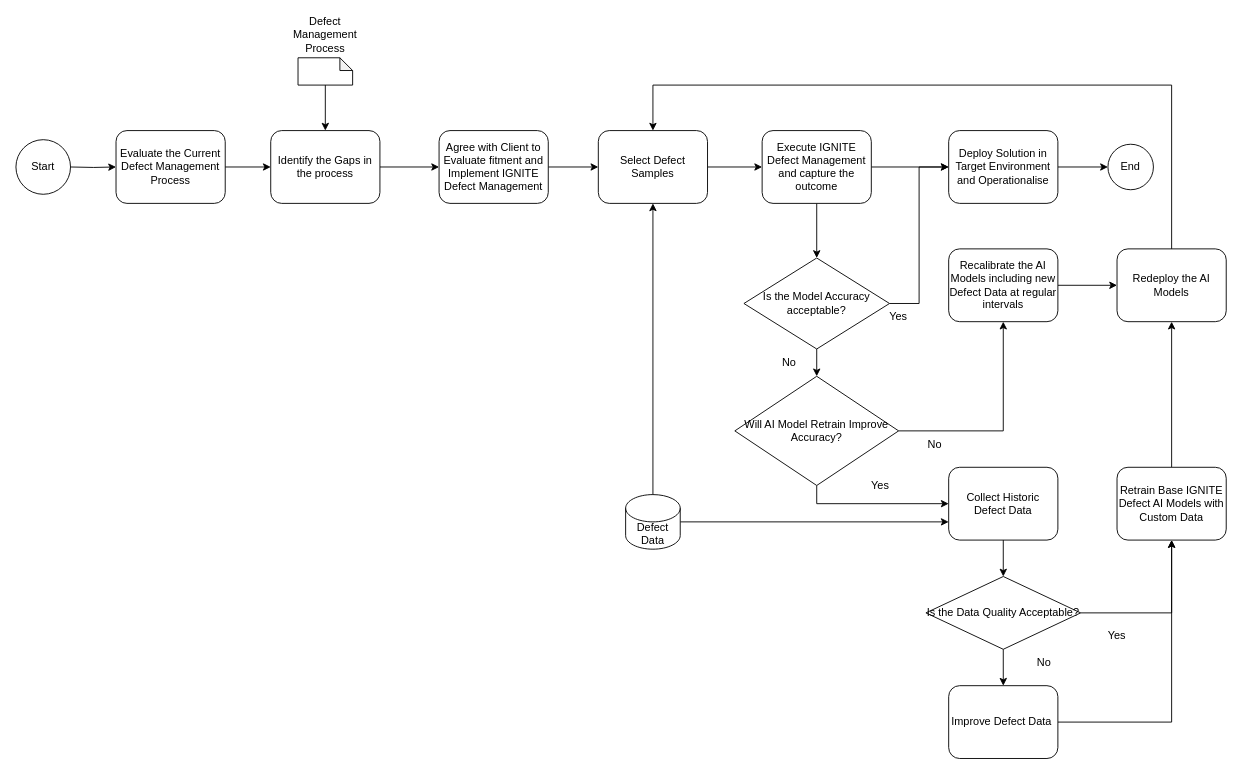
Above: Defect Management Delivery Model.drawio in ilanjaya/TestCOE (draw.io), before the change. Source tidied: cells renumbered, new cells numbered last; positions are measured from the earlier drawing's top-left corner, leaving out a move shared by most shapes. Both pictures are drawn from the tidied source at 91%, with x=0, y=0 at pixel (15, 21).
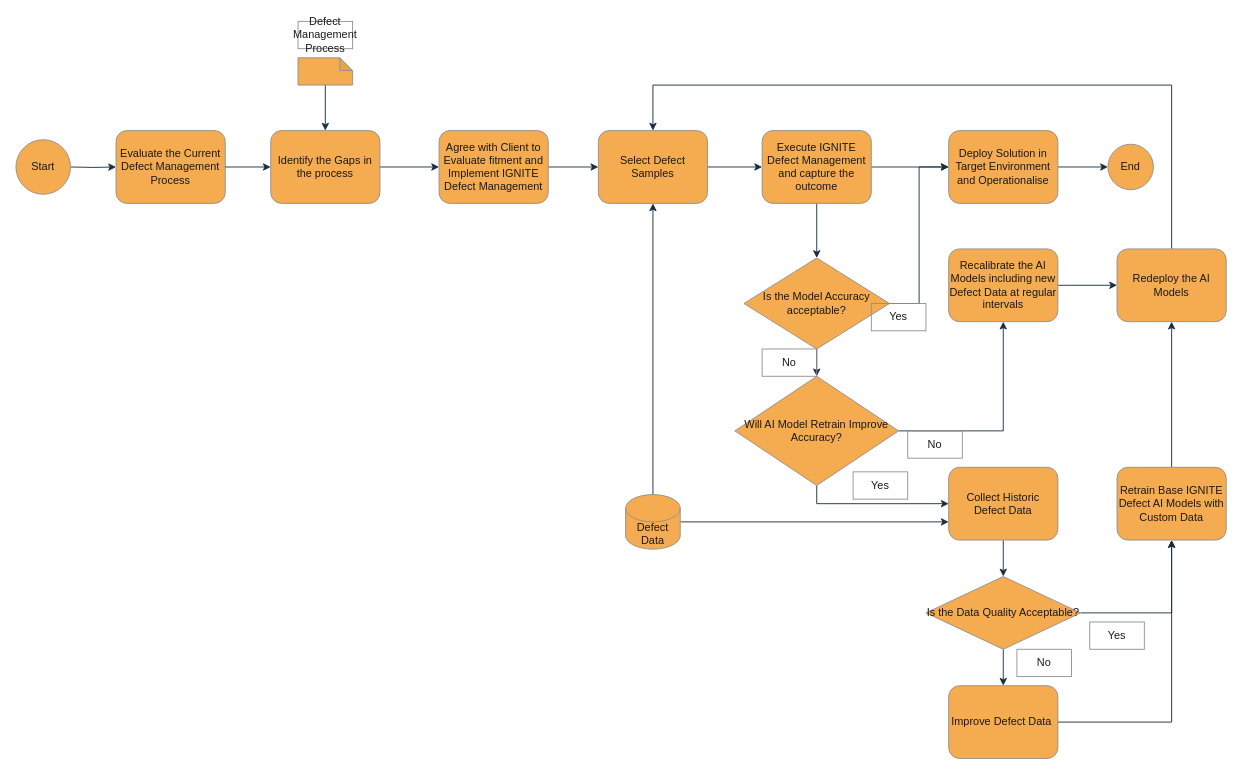
The same diagram, later.

The edit, as a diff of the source:
```diff
@@
-<mxGraphModel>
+<mxGraphModel background="#FFFFFF">
@@
-    <mxCell id="2" value="Evaluate the Current Defect Management Process" style="shape=ext;rounded=1;html=1;whiteSpace=wrap;" parent="1" vertex="1">
+    <mxCell id="2" value="Evaluate the Current Defect Management Process" style="shape=ext;rounded=1;html=1;whiteSpace=wrap;strokeColor=#909090;fontColor=#1A1A1A;labelBackgroundColor=none;fillColor=#F5AB50;" parent="1" vertex="1">
       <mxGeometry x="110" y="120" width="120" height="80" as="geometry" />
     </mxCell>
-    <mxCell id="3" style="edgeStyle=orthogonalEdgeStyle;rounded=0;jettySize=auto;html=1;exitX=1;exitY=0.5;exitDx=0;exitDy=0;entryX=0;entryY=0.5;entryDx=0;entryDy=0;" parent="1" edge="1" source="4" target="20">
+    <mxCell id="3" style="edgeStyle=orthogonalEdgeStyle;rounded=0;jettySize=auto;html=1;exitX=1;exitY=0.5;exitDx=0;exitDy=0;entryX=0;entryY=0.5;entryDx=0;entryDy=0;strokeColor=#182E3E;fontColor=default;labelBackgroundColor=none;" parent="1" edge="1" source="4" target="20">
       <mxGeometry relative="1" as="geometry" />
     </mxCell>
-    <mxCell id="4" value="Identify the Gaps in the process" style="shape=ext;rounded=1;html=1;whiteSpace=wrap;" parent="1" vertex="1">
+    <mxCell id="4" value="Identify the Gaps in the process" style="shape=ext;rounded=1;html=1;whiteSpace=wrap;strokeColor=#909090;fontColor=#1A1A1A;labelBackgroundColor=none;fillColor=#F5AB50;" parent="1" vertex="1">
       <mxGeometry x="280" y="120" width="120" height="80" as="geometry" />
     </mxCell>
-    <mxCell id="5" style="edgeStyle=orthogonalEdgeStyle;rounded=0;jettySize=auto;html=1;exitX=0.5;exitY=1;exitDx=0;exitDy=0;entryX=0.5;entryY=0;entryDx=0;entryDy=0;" parent="1" edge="1" source="6" target="14">
+    <mxCell id="5" style="edgeStyle=orthogonalEdgeStyle;rounded=0;jettySize=auto;html=1;exitX=0.5;exitY=1;exitDx=0;exitDy=0;entryX=0.5;entryY=0;entryDx=0;entryDy=0;strokeColor=#182E3E;fontColor=default;labelBackgroundColor=none;" parent="1" edge="1" source="6" target="14">
       <mxGeometry relative="1" as="geometry" />
     </mxCell>
-    <mxCell id="6" value="Collect Historic Defect Data" style="shape=ext;rounded=1;html=1;whiteSpace=wrap;" parent="1" vertex="1">
+    <mxCell id="6" value="Collect Historic Defect Data" style="shape=ext;rounded=1;html=1;whiteSpace=wrap;strokeColor=#909090;fontColor=#1A1A1A;labelBackgroundColor=none;fillColor=#F5AB50;" parent="1" vertex="1">
       <mxGeometry x="1025" y="490" width="120" height="80" as="geometry" />
     </mxCell>
-    <mxCell id="7" style="edgeStyle=orthogonalEdgeStyle;rounded=0;jettySize=auto;html=1;exitX=1;exitY=0.5;exitDx=0;exitDy=0;entryX=0.5;entryY=1;entryDx=0;entryDy=0;" parent="1" edge="1" source="8" target="18">
+    <mxCell id="7" style="edgeStyle=orthogonalEdgeStyle;rounded=0;jettySize=auto;html=1;exitX=1;exitY=0.5;exitDx=0;exitDy=0;entryX=0.5;entryY=1;entryDx=0;entryDy=0;strokeColor=#182E3E;fontColor=default;labelBackgroundColor=none;" parent="1" edge="1" source="8" target="18">
       <mxGeometry relative="1" as="geometry" />
     </mxCell>
-    <mxCell id="8" value="Improve Defect Data&amp;nbsp;" style="html=1;whiteSpace=wrap;rounded=1;" parent="1" vertex="1">
+    <mxCell id="8" value="Improve Defect Data&amp;nbsp;" style="html=1;whiteSpace=wrap;rounded=1;strokeColor=#909090;fontColor=#1A1A1A;labelBackgroundColor=none;fillColor=#F5AB50;" parent="1" vertex="1">
       <mxGeometry x="1025" y="730" width="120" height="80" as="geometry" />
     </mxCell>
-    <mxCell id="9" style="edgeStyle=orthogonalEdgeStyle;rounded=0;html=1;jettySize=auto;" parent="1" edge="1" target="2">
+    <mxCell id="9" style="edgeStyle=orthogonalEdgeStyle;rounded=0;html=1;jettySize=auto;strokeColor=#182E3E;fontColor=default;labelBackgroundColor=none;" parent="1" edge="1" target="2">
       <mxGeometry relative="1" as="geometry">
         <mxPoint x="60" y="160" as="sourcePoint" />
       </mxGeometry>
     </mxCell>
-    <mxCell id="10" style="edgeStyle=orthogonalEdgeStyle;rounded=0;html=1;jettySize=auto;" parent="1" edge="1" source="2" target="4">
+    <mxCell id="10" style="edgeStyle=orthogonalEdgeStyle;rounded=0;html=1;jettySize=auto;strokeColor=#182E3E;fontColor=default;labelBackgroundColor=none;" parent="1" edge="1" source="2" target="4">
       <mxGeometry relative="1" as="geometry" />
     </mxCell>
-    <mxCell id="11" value="Defect Management Process" style="text;html=1;strokeColor=none;fillColor=none;align=center;verticalAlign=middle;whiteSpace=wrap;rounded=0;" parent="1" vertex="1">
+    <mxCell id="11" value="Defect Management Process" style="text;html=1;strokeColor=#909090;fillColor=none;align=center;verticalAlign=middle;whiteSpace=wrap;rounded=0;fontColor=#1A1A1A;labelBackgroundColor=none;" parent="1" vertex="1">
       <mxGeometry x="310" width="60" height="30" as="geometry" />
     </mxCell>
-    <mxCell id="12" style="edgeStyle=orthogonalEdgeStyle;rounded=0;jettySize=auto;html=1;exitX=0.5;exitY=1;exitDx=0;exitDy=0;entryX=0.5;entryY=0;entryDx=0;entryDy=0;" parent="1" edge="1" source="14" target="8">
+    <mxCell id="12" style="edgeStyle=orthogonalEdgeStyle;rounded=0;jettySize=auto;html=1;exitX=0.5;exitY=1;exitDx=0;exitDy=0;entryX=0.5;entryY=0;entryDx=0;entryDy=0;strokeColor=#182E3E;fontColor=default;labelBackgroundColor=none;" parent="1" edge="1" source="14" target="8">
       <mxGeometry relative="1" as="geometry" />
     </mxCell>
-    <mxCell id="13" style="edgeStyle=orthogonalEdgeStyle;rounded=0;jettySize=auto;html=1;exitX=1;exitY=0.5;exitDx=0;exitDy=0;entryX=0.5;entryY=1;entryDx=0;entryDy=0;" parent="1" edge="1" source="14" target="18">
+    <mxCell id="13" style="edgeStyle=orthogonalEdgeStyle;rounded=0;jettySize=auto;html=1;exitX=1;exitY=0.5;exitDx=0;exitDy=0;entryX=0.5;entryY=1;entryDx=0;entryDy=0;strokeColor=#182E3E;fontColor=default;labelBackgroundColor=none;" parent="1" edge="1" source="14" target="18">
       <mxGeometry relative="1" as="geometry" />
     </mxCell>
-    <mxCell id="14" value="Is the Data Quality Acceptable?" style="rhombus;whiteSpace=wrap;html=1;" parent="1" vertex="1">
+    <mxCell id="14" value="Is the Data Quality Acceptable?" style="rhombus;whiteSpace=wrap;html=1;strokeColor=#909090;fontColor=#1A1A1A;labelBackgroundColor=none;fillColor=#F5AB50;" parent="1" vertex="1">
       <mxGeometry x="1000" y="610" width="170" height="80" as="geometry" />
     </mxCell>
-    <mxCell id="15" style="edgeStyle=orthogonalEdgeStyle;rounded=0;jettySize=auto;html=1;exitX=0.5;exitY=1;exitDx=0;exitDy=0;exitPerimeter=0;entryX=0.5;entryY=0;entryDx=0;entryDy=0;" parent="1" edge="1" source="16" target="4">
+    <mxCell id="15" style="edgeStyle=orthogonalEdgeStyle;rounded=0;jettySize=auto;html=1;exitX=0.5;exitY=1;exitDx=0;exitDy=0;exitPerimeter=0;entryX=0.5;entryY=0;entryDx=0;entryDy=0;strokeColor=#182E3E;fontColor=default;labelBackgroundColor=none;" parent="1" edge="1" source="16" target="4">
       <mxGeometry relative="1" as="geometry" />
     </mxCell>
-    <mxCell id="16" style="shape=note;whiteSpace=wrap;html=1;backgroundOutline=1;darkOpacity=0.05;size=14;" parent="1" vertex="1">
+    <mxCell id="16" style="shape=note;whiteSpace=wrap;html=1;backgroundOutline=1;darkOpacity=0.05;size=14;strokeColor=#909090;fontColor=#1A1A1A;labelBackgroundColor=none;fillColor=#F5AB50;" parent="1" vertex="1">
       <mxGeometry x="310" y="40" width="60" height="30" as="geometry" />
     </mxCell>
-    <mxCell id="17" style="edgeStyle=orthogonalEdgeStyle;rounded=0;jettySize=auto;html=1;exitX=0.5;exitY=0;exitDx=0;exitDy=0;entryX=0.5;entryY=1;entryDx=0;entryDy=0;" parent="1" edge="1" source="18" target="48">
+    <mxCell id="17" style="edgeStyle=orthogonalEdgeStyle;rounded=0;jettySize=auto;html=1;exitX=0.5;exitY=0;exitDx=0;exitDy=0;entryX=0.5;entryY=1;entryDx=0;entryDy=0;strokeColor=#182E3E;fontColor=default;labelBackgroundColor=none;" parent="1" edge="1" source="18" target="48">
       <mxGeometry relative="1" as="geometry" />
     </mxCell>
-    <mxCell id="18" value="Retrain Base IGNITE Defect AI Models with Custom Data" style="html=1;whiteSpace=wrap;rounded=1;" parent="1" vertex="1">
+    <mxCell id="18" value="Retrain Base IGNITE Defect AI Models with Custom Data" style="html=1;whiteSpace=wrap;rounded=1;strokeColor=#909090;fontColor=#1A1A1A;labelBackgroundColor=none;fillColor=#F5AB50;" parent="1" vertex="1">
       <mxGeometry x="1210" y="490" width="120" height="80" as="geometry" />
     </mxCell>
-    <mxCell id="19" style="edgeStyle=orthogonalEdgeStyle;rounded=0;jettySize=auto;html=1;exitX=1;exitY=0.5;exitDx=0;exitDy=0;entryX=0;entryY=0.5;entryDx=0;entryDy=0;" parent="1" edge="1" source="20" target="22">
+    <mxCell id="19" style="edgeStyle=orthogonalEdgeStyle;rounded=0;jettySize=auto;html=1;exitX=1;exitY=0.5;exitDx=0;exitDy=0;entryX=0;entryY=0.5;entryDx=0;entryDy=0;strokeColor=#182E3E;fontColor=default;labelBackgroundColor=none;" parent="1" edge="1" source="20" target="22">
       <mxGeometry relative="1" as="geometry" />
     </mxCell>
-    <mxCell id="20" value="Agree with Client to Evaluate fitment and Implement IGNITE Defect Management" style="html=1;whiteSpace=wrap;rounded=1;" parent="1" vertex="1">
+    <mxCell id="20" value="Agree with Client to Evaluate fitment and Implement IGNITE Defect Management" style="html=1;whiteSpace=wrap;rounded=1;strokeColor=#909090;fontColor=#1A1A1A;labelBackgroundColor=none;fillColor=#F5AB50;" parent="1" vertex="1">
       <mxGeometry x="465" y="120" width="120" height="80" as="geometry" />
     </mxCell>
-    <mxCell id="21" style="edgeStyle=orthogonalEdgeStyle;rounded=0;jettySize=auto;html=1;exitX=1;exitY=0.5;exitDx=0;exitDy=0;entryX=0;entryY=0.5;entryDx=0;entryDy=0;" parent="1" edge="1" source="22" target="25">
+    <mxCell id="21" style="edgeStyle=orthogonalEdgeStyle;rounded=0;jettySize=auto;html=1;exitX=1;exitY=0.5;exitDx=0;exitDy=0;entryX=0;entryY=0.5;entryDx=0;entryDy=0;strokeColor=#182E3E;fontColor=default;labelBackgroundColor=none;" parent="1" edge="1" source="22" target="25">
       <mxGeometry relative="1" as="geometry" />
     </mxCell>
-    <mxCell id="22" value="Select Defect Samples" style="html=1;whiteSpace=wrap;rounded=1;" parent="1" vertex="1">
+    <mxCell id="22" value="Select Defect Samples" style="html=1;whiteSpace=wrap;rounded=1;strokeColor=#909090;fontColor=#1A1A1A;labelBackgroundColor=none;fillColor=#F5AB50;" parent="1" vertex="1">
       <mxGeometry x="640" y="120" width="120" height="80" as="geometry" />
     </mxCell>
-    <mxCell id="23" style="edgeStyle=orthogonalEdgeStyle;rounded=0;jettySize=auto;html=1;exitX=0.5;exitY=1;exitDx=0;exitDy=0;entryX=0.5;entryY=0;entryDx=0;entryDy=0;" parent="1" edge="1" source="25" target="28">
+    <mxCell id="23" style="edgeStyle=orthogonalEdgeStyle;rounded=0;jettySize=auto;html=1;exitX=0.5;exitY=1;exitDx=0;exitDy=0;entryX=0.5;entryY=0;entryDx=0;entryDy=0;strokeColor=#182E3E;fontColor=default;labelBackgroundColor=none;" parent="1" edge="1" source="25" target="28">
       <mxGeometry relative="1" as="geometry" />
     </mxCell>
-    <mxCell id="24" style="edgeStyle=orthogonalEdgeStyle;rounded=0;jettySize=auto;html=1;exitX=1;exitY=0.5;exitDx=0;exitDy=0;entryX=0;entryY=0.5;entryDx=0;entryDy=0;" parent="1" edge="1" source="25" target="33">
+    <mxCell id="24" style="edgeStyle=orthogonalEdgeStyle;rounded=0;jettySize=auto;html=1;exitX=1;exitY=0.5;exitDx=0;exitDy=0;entryX=0;entryY=0.5;entryDx=0;entryDy=0;strokeColor=#182E3E;fontColor=default;labelBackgroundColor=none;" parent="1" edge="1" source="25" target="33">
       <mxGeometry relative="1" as="geometry" />
     </mxCell>
-    <mxCell id="25" value="Execute IGNITE Defect Management and capture the outcome" style="html=1;whiteSpace=wrap;rounded=1;" parent="1" vertex="1">
+    <mxCell id="25" value="Execute IGNITE Defect Management and capture the outcome" style="html=1;whiteSpace=wrap;rounded=1;strokeColor=#909090;fontColor=#1A1A1A;labelBackgroundColor=none;fillColor=#F5AB50;" parent="1" vertex="1">
       <mxGeometry x="820" y="120" width="120" height="80" as="geometry" />
     </mxCell>
-    <mxCell id="26" style="edgeStyle=orthogonalEdgeStyle;rounded=0;jettySize=auto;html=1;exitX=0.5;exitY=1;exitDx=0;exitDy=0;entryX=0.5;entryY=0;entryDx=0;entryDy=0;" parent="1" edge="1" source="28" target="31">
+    <mxCell id="26" style="edgeStyle=orthogonalEdgeStyle;rounded=0;jettySize=auto;html=1;exitX=0.5;exitY=1;exitDx=0;exitDy=0;entryX=0.5;entryY=0;entryDx=0;entryDy=0;strokeColor=#182E3E;fontColor=default;labelBackgroundColor=none;" parent="1" edge="1" source="28" target="31">
       <mxGeometry relative="1" as="geometry" />
     </mxCell>
-    <mxCell id="27" style="edgeStyle=orthogonalEdgeStyle;rounded=0;jettySize=auto;html=1;exitX=1;exitY=0.5;exitDx=0;exitDy=0;entryX=0;entryY=0.5;entryDx=0;entryDy=0;" parent="1" edge="1" source="28" target="33">
+    <mxCell id="27" style="edgeStyle=orthogonalEdgeStyle;rounded=0;jettySize=auto;html=1;exitX=1;exitY=0.5;exitDx=0;exitDy=0;entryX=0;entryY=0.5;entryDx=0;entryDy=0;strokeColor=#182E3E;fontColor=default;labelBackgroundColor=none;" parent="1" edge="1" source="28" target="33">
       <mxGeometry relative="1" as="geometry" />
     </mxCell>
-    <mxCell id="28" value="Is the Model Accuracy acceptable?" style="rhombus;whiteSpace=wrap;html=1;align=center;" parent="1" vertex="1">
+    <mxCell id="28" value="Is the Model Accuracy acceptable?" style="rhombus;whiteSpace=wrap;html=1;align=center;strokeColor=#909090;fontColor=#1A1A1A;labelBackgroundColor=none;fillColor=#F5AB50;" parent="1" vertex="1">
       <mxGeometry x="800" y="260" width="160" height="100" as="geometry" />
     </mxCell>
-    <mxCell id="29" style="edgeStyle=orthogonalEdgeStyle;rounded=0;jettySize=auto;html=1;exitX=1;exitY=0.5;exitDx=0;exitDy=0;entryX=0.5;entryY=1;entryDx=0;entryDy=0;" parent="1" edge="1" source="31" target="35">
+    <mxCell id="29" style="edgeStyle=orthogonalEdgeStyle;rounded=0;jettySize=auto;html=1;exitX=1;exitY=0.5;exitDx=0;exitDy=0;entryX=0.5;entryY=1;entryDx=0;entryDy=0;strokeColor=#182E3E;fontColor=default;labelBackgroundColor=none;" parent="1" edge="1" source="31" target="35">
       <mxGeometry relative="1" as="geometry" />
     </mxCell>
-    <mxCell id="30" style="edgeStyle=orthogonalEdgeStyle;rounded=0;jettySize=auto;html=1;exitX=0.5;exitY=1;exitDx=0;exitDy=0;entryX=0;entryY=0.5;entryDx=0;entryDy=0;" parent="1" edge="1" source="31" target="6">
+    <mxCell id="30" style="edgeStyle=orthogonalEdgeStyle;rounded=0;jettySize=auto;html=1;exitX=0.5;exitY=1;exitDx=0;exitDy=0;entryX=0;entryY=0.5;entryDx=0;entryDy=0;strokeColor=#182E3E;fontColor=default;labelBackgroundColor=none;" parent="1" edge="1" source="31" target="6">
       <mxGeometry relative="1" as="geometry" />
     </mxCell>
-    <mxCell id="31" value="Will AI Model Retrain Improve Accuracy?" style="rhombus;whiteSpace=wrap;html=1;" parent="1" vertex="1">
+    <mxCell id="31" value="Will AI Model Retrain Improve Accuracy?" style="rhombus;whiteSpace=wrap;html=1;strokeColor=#909090;fontColor=#1A1A1A;labelBackgroundColor=none;fillColor=#F5AB50;" parent="1" vertex="1">
       <mxGeometry x="790" y="390" width="180" height="120" as="geometry" />
     </mxCell>
-    <mxCell id="32" style="edgeStyle=orthogonalEdgeStyle;rounded=0;jettySize=auto;html=1;exitX=1;exitY=0.5;exitDx=0;exitDy=0;entryX=0;entryY=0.5;entryDx=0;entryDy=0;" parent="1" edge="1" source="33" target="36">
+    <mxCell id="32" style="edgeStyle=orthogonalEdgeStyle;rounded=0;jettySize=auto;html=1;exitX=1;exitY=0.5;exitDx=0;exitDy=0;entryX=0;entryY=0.5;entryDx=0;entryDy=0;strokeColor=#182E3E;fontColor=default;labelBackgroundColor=none;" parent="1" edge="1" source="33" target="36">
       <mxGeometry relative="1" as="geometry" />
     </mxCell>
-    <mxCell id="33" value="Deploy Solution in Target Environment and Operationalise" style="html=1;whiteSpace=wrap;rounded=1;" parent="1" vertex="1">
+    <mxCell id="33" value="Deploy Solution in Target Environment and Operationalise" style="html=1;whiteSpace=wrap;rounded=1;strokeColor=#909090;fontColor=#1A1A1A;labelBackgroundColor=none;fillColor=#F5AB50;" parent="1" vertex="1">
       <mxGeometry x="1025" y="120" width="120" height="80" as="geometry" />
     </mxCell>
-    <mxCell id="34" style="edgeStyle=orthogonalEdgeStyle;rounded=0;jettySize=auto;html=1;exitX=1;exitY=0.5;exitDx=0;exitDy=0;entryX=0;entryY=0.5;entryDx=0;entryDy=0;" parent="1" edge="1" source="35" target="48">
+    <mxCell id="34" style="edgeStyle=orthogonalEdgeStyle;rounded=0;jettySize=auto;html=1;exitX=1;exitY=0.5;exitDx=0;exitDy=0;entryX=0;entryY=0.5;entryDx=0;entryDy=0;strokeColor=#182E3E;fontColor=default;labelBackgroundColor=none;" parent="1" edge="1" source="35" target="48">
       <mxGeometry relative="1" as="geometry" />
     </mxCell>
-    <mxCell id="35" value="Recalibrate the AI Models including new Defect Data at regular intervals" style="html=1;whiteSpace=wrap;rounded=1;" parent="1" vertex="1">
+    <mxCell id="35" value="Recalibrate the AI Models including new Defect Data at regular intervals" style="html=1;whiteSpace=wrap;rounded=1;strokeColor=#909090;fontColor=#1A1A1A;labelBackgroundColor=none;fillColor=#F5AB50;" parent="1" vertex="1">
       <mxGeometry x="1025" y="250" width="120" height="80" as="geometry" />
     </mxCell>
-    <mxCell id="36" value="End" style="ellipse;whiteSpace=wrap;html=1;" parent="1" vertex="1">
+    <mxCell id="36" value="End" style="ellipse;whiteSpace=wrap;html=1;strokeColor=#909090;fontColor=#1A1A1A;labelBackgroundColor=none;fillColor=#F5AB50;" parent="1" vertex="1">
       <mxGeometry x="1200" y="135" width="50" height="50" as="geometry" />
     </mxCell>
-    <mxCell id="37" value="Start" style="ellipse;whiteSpace=wrap;html=1;" parent="1" vertex="1">
+    <mxCell id="37" value="Start" style="ellipse;whiteSpace=wrap;html=1;strokeColor=#909090;fontColor=#1A1A1A;labelBackgroundColor=none;fillColor=#F5AB50;" parent="1" vertex="1">
       <mxGeometry y="130" width="60" height="60" as="geometry" />
     </mxCell>
-    <mxCell id="38" style="edgeStyle=orthogonalEdgeStyle;rounded=0;jettySize=auto;html=1;exitX=0.5;exitY=0;exitDx=0;exitDy=0;exitPerimeter=0;entryX=0.5;entryY=1;entryDx=0;entryDy=0;" parent="1" edge="1" source="40" target="22">
+    <mxCell id="38" style="edgeStyle=orthogonalEdgeStyle;rounded=0;jettySize=auto;html=1;exitX=0.5;exitY=0;exitDx=0;exitDy=0;exitPerimeter=0;entryX=0.5;entryY=1;entryDx=0;entryDy=0;strokeColor=#182E3E;fontColor=default;labelBackgroundColor=none;" parent="1" edge="1" source="40" target="22">
       <mxGeometry relative="1" as="geometry" />
     </mxCell>
-    <mxCell id="39" style="edgeStyle=orthogonalEdgeStyle;rounded=0;jettySize=auto;html=1;exitX=1;exitY=0.5;exitDx=0;exitDy=0;exitPerimeter=0;entryX=0;entryY=0.75;entryDx=0;entryDy=0;" parent="1" edge="1" source="40" target="6">
+    <mxCell id="39" style="edgeStyle=orthogonalEdgeStyle;rounded=0;jettySize=auto;html=1;exitX=1;exitY=0.5;exitDx=0;exitDy=0;exitPerimeter=0;entryX=0;entryY=0.75;entryDx=0;entryDy=0;strokeColor=#182E3E;fontColor=default;labelBackgroundColor=none;" parent="1" edge="1" source="40" target="6">
       <mxGeometry relative="1" as="geometry" />
     </mxCell>
-    <mxCell id="40" value="Defect Data" style="shape=cylinder3;whiteSpace=wrap;html=1;boundedLbl=1;backgroundOutline=1;size=15;" parent="1" vertex="1">
+    <mxCell id="40" value="Defect Data" style="shape=cylinder3;whiteSpace=wrap;html=1;boundedLbl=1;backgroundOutline=1;size=15;strokeColor=#909090;fontColor=#1A1A1A;labelBackgroundColor=none;fillColor=#F5AB50;" parent="1" vertex="1">
       <mxGeometry x="670" y="520" width="60" height="60" as="geometry" />
     </mxCell>
-    <mxCell id="41" value="Yes" style="text;html=1;strokeColor=none;fillColor=none;align=center;verticalAlign=middle;whiteSpace=wrap;rounded=0;" parent="1" vertex="1">
+    <mxCell id="41" value="Yes" style="text;html=1;strokeColor=#909090;fillColor=none;align=center;verticalAlign=middle;whiteSpace=wrap;rounded=0;fontColor=#1A1A1A;labelBackgroundColor=none;" parent="1" vertex="1">
       <mxGeometry x="940" y="310" width="60" height="30" as="geometry" />
     </mxCell>
-    <mxCell id="42" value="Yes" style="text;html=1;strokeColor=none;fillColor=none;align=center;verticalAlign=middle;whiteSpace=wrap;rounded=0;" parent="1" vertex="1">
+    <mxCell id="42" value="Yes" style="text;html=1;strokeColor=#909090;fillColor=none;align=center;verticalAlign=middle;whiteSpace=wrap;rounded=0;fontColor=#1A1A1A;labelBackgroundColor=none;" parent="1" vertex="1">
       <mxGeometry x="920" y="495" width="60" height="30" as="geometry" />
     </mxCell>
-    <mxCell id="43" value="Yes" style="text;html=1;strokeColor=none;fillColor=none;align=center;verticalAlign=middle;whiteSpace=wrap;rounded=0;" parent="1" vertex="1">
+    <mxCell id="43" value="Yes" style="text;html=1;strokeColor=#909090;fillColor=none;align=center;verticalAlign=middle;whiteSpace=wrap;rounded=0;fontColor=#1A1A1A;labelBackgroundColor=none;" parent="1" vertex="1">
       <mxGeometry x="1180" y="660" width="60" height="30" as="geometry" />
     </mxCell>
-    <mxCell id="44" value="No" style="text;html=1;strokeColor=none;fillColor=none;align=center;verticalAlign=middle;whiteSpace=wrap;rounded=0;" parent="1" vertex="1">
+    <mxCell id="44" value="No" style="text;html=1;strokeColor=#909090;fillColor=none;align=center;verticalAlign=middle;whiteSpace=wrap;rounded=0;fontColor=#1A1A1A;labelBackgroundColor=none;" parent="1" vertex="1">
       <mxGeometry x="820" y="360" width="60" height="30" as="geometry" />
     </mxCell>
-    <mxCell id="45" value="No" style="text;html=1;strokeColor=none;fillColor=none;align=center;verticalAlign=middle;whiteSpace=wrap;rounded=0;" parent="1" vertex="1">
+    <mxCell id="45" value="No" style="text;html=1;strokeColor=#909090;fillColor=none;align=center;verticalAlign=middle;whiteSpace=wrap;rounded=0;fontColor=#1A1A1A;labelBackgroundColor=none;" parent="1" vertex="1">
       <mxGeometry x="980" y="450" width="60" height="30" as="geometry" />
     </mxCell>
-    <mxCell id="46" value="No" style="text;html=1;strokeColor=none;fillColor=none;align=center;verticalAlign=middle;whiteSpace=wrap;rounded=0;" parent="1" vertex="1">
+    <mxCell id="46" value="No" style="text;html=1;strokeColor=#909090;fillColor=none;align=center;verticalAlign=middle;whiteSpace=wrap;rounded=0;fontColor=#1A1A1A;labelBackgroundColor=none;" parent="1" vertex="1">
       <mxGeometry x="1100" y="690" width="60" height="30" as="geometry" />
     </mxCell>
-    <mxCell id="47" style="edgeStyle=orthogonalEdgeStyle;rounded=0;jettySize=auto;html=1;exitX=0.5;exitY=0;exitDx=0;exitDy=0;entryX=0.5;entryY=0;entryDx=0;entryDy=0;" parent="1" edge="1" source="48" target="22">
+    <mxCell id="47" style="edgeStyle=orthogonalEdgeStyle;rounded=0;jettySize=auto;html=1;exitX=0.5;exitY=0;exitDx=0;exitDy=0;entryX=0.5;entryY=0;entryDx=0;entryDy=0;strokeColor=#182E3E;fontColor=default;labelBackgroundColor=none;" parent="1" edge="1" source="48" target="22">
       <mxGeometry relative="1" as="geometry">
         <Array as="points">
           <mxPoint x="1270" y="70" />
           <mxPoint x="700" y="70" />
         </Array>
       </mxGeometry>
     </mxCell>
-    <mxCell id="48" value="Redeploy the AI Models" style="html=1;whiteSpace=wrap;rounded=1;" parent="1" vertex="1">
+    <mxCell id="48" value="Redeploy the AI Models" style="html=1;whiteSpace=wrap;rounded=1;strokeColor=#909090;fontColor=#1A1A1A;labelBackgroundColor=none;fillColor=#F5AB50;" parent="1" vertex="1">
       <mxGeometry x="1210" y="250" width="120" height="80" as="geometry" />
     </mxCell>
```
